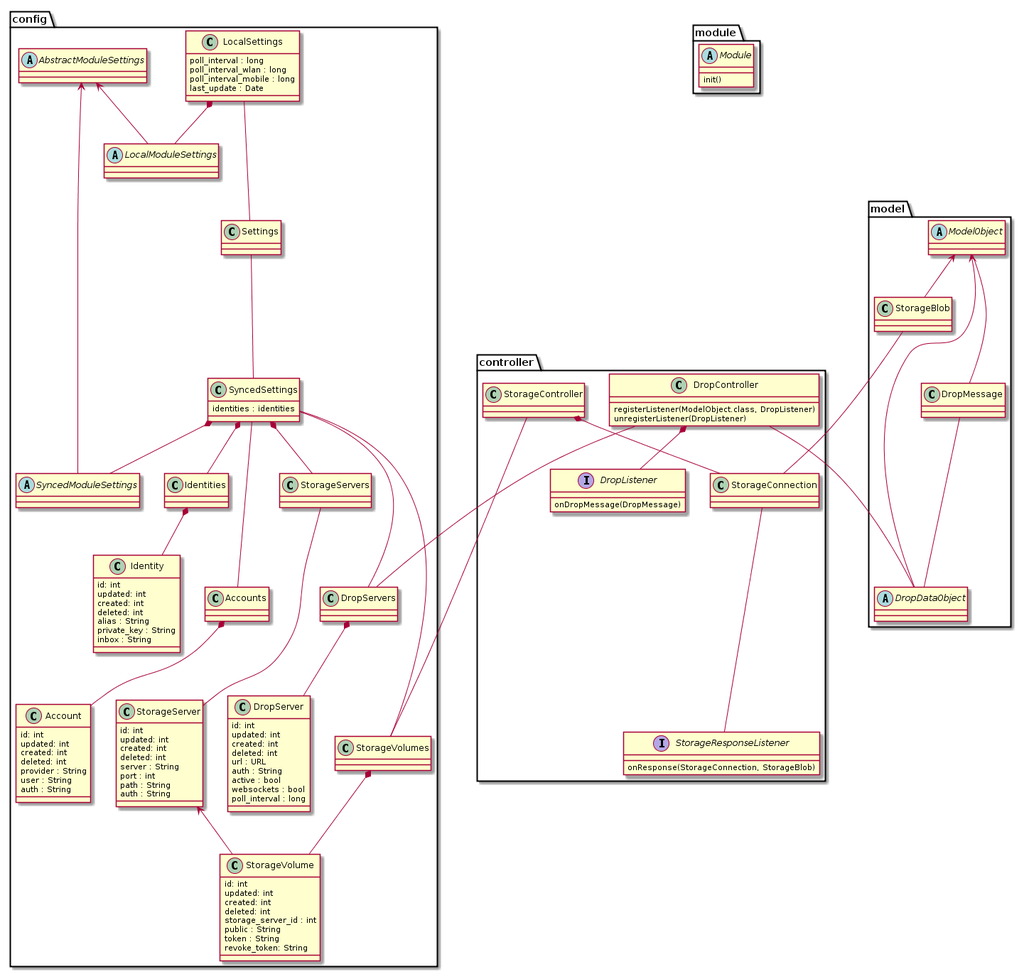
The PlantUML diagram images/classdiagram_overview.png in Qabel/qabel.github.io, before a commit.
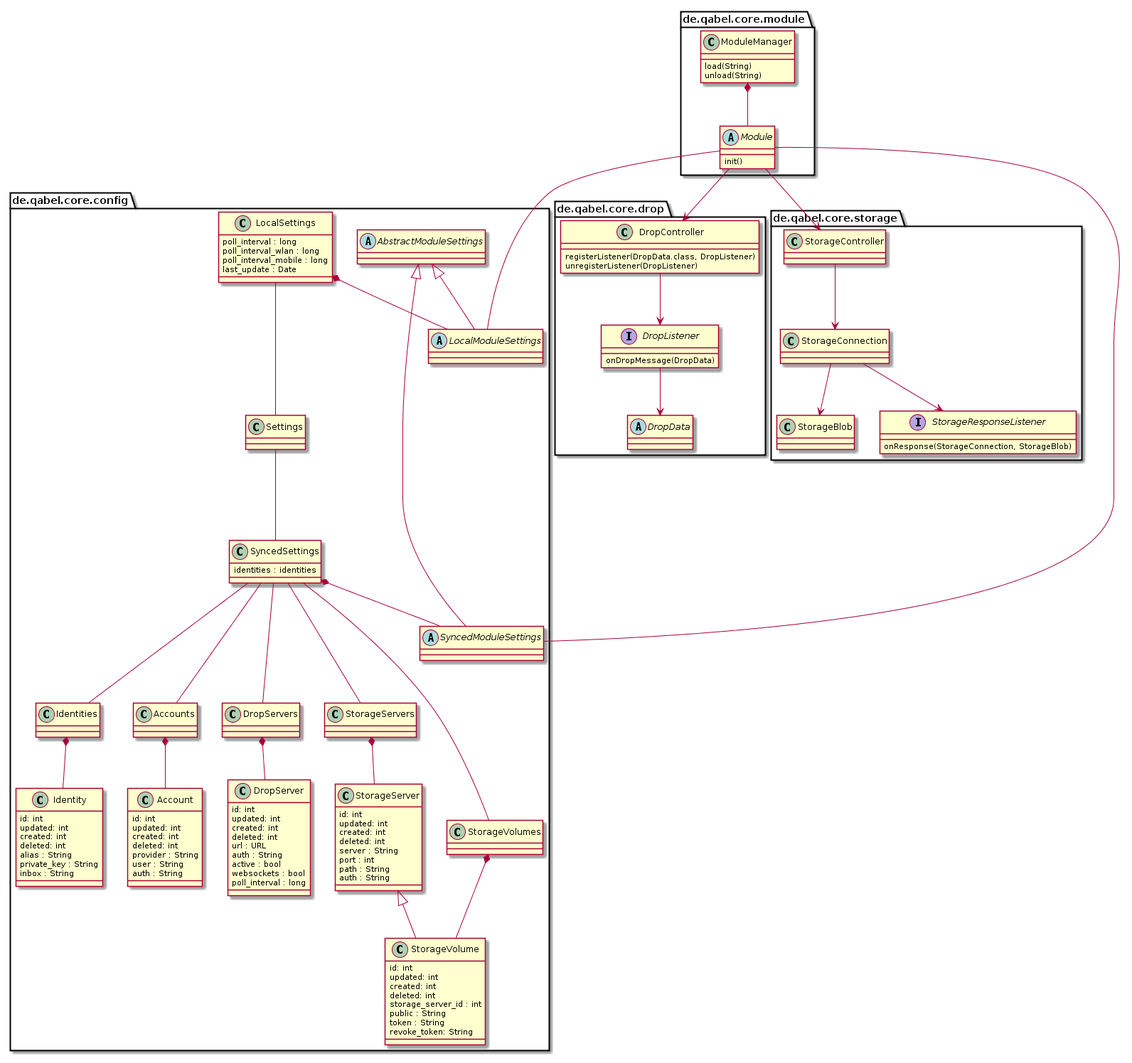
The same diagram one commit later.

Commit message:
updating class diagram

Diff of the diagram source:
```diff
@@ -1,5 +1,5 @@
 @startuml
-package config {
+package de.qabel.core.config {
 	class Settings {
 
 	}
@@ -27,8 +27,8 @@
 
 	LocalSettings *-- LocalModuleSettings
 	SyncedSettings *-- SyncedModuleSettings
-	AbstractModuleSettings <-- LocalModuleSettings
-	AbstractModuleSettings <-- SyncedModuleSettings
+	AbstractModuleSettings <|-- LocalModuleSettings
+	AbstractModuleSettings <|-- SyncedModuleSettings
 
 	class Account {
 		id: int
@@ -72,8 +72,8 @@
 	class StorageServers {
 
 	}
-	StorageServers --- StorageServer
-	SyncedSettings *-- StorageServers
+	StorageServers *-- StorageServer
+	SyncedSettings --- StorageServers
 
 	class StorageVolume {
 		id: int
@@ -85,7 +85,7 @@
 		token : String
 		revoke_token: String
 	}
-	StorageServer <-- StorageVolume
+	StorageServer <|-- StorageVolume
 	Class StorageVolumes {
 
 	}
@@ -105,58 +105,54 @@
 
 	}
 	Identities *-- Identity
-	SyncedSettings *-- Identities
+	SyncedSettings --- Identities
 }
-package model {
-	abstract ModelObject {
+package de.qabel.core.drop {
+	class DropController {
+		registerListener(DropData.class, DropListener)
+		unregisterListener(DropListener)
+	}
+	DropController --> DropListener
+	interface DropListener {
+		onDropMessage(DropData)
+	}
+	DropListener --> DropData
+	abstract DropData {
 
 	}
-	ModelObject <-- DropDataObject
+}
+package de.qabel.core.storage {
+	class StorageController {
+	}
 
-	abstract DropDataObject {
+	StorageController --> StorageConnection
+	StorageConnection --> StorageBlob
+	class StorageConnection {
 
 	}
 
-	class DropMessage {
+	StorageConnection --> StorageResponseListener
 
+	interface StorageResponseListener {
+		onResponse(StorageConnection, StorageBlob)
 	}
-
-	ModelObject --- DropMessage
 
 	class StorageBlob {
 
 	}
-	ModelObject <-- StorageBlob
 }
-package module {
+package de.qabel.core.module {
 	abstract Module {
 		init()
 	}
-}
-package controller {
-	class DropController {
-		registerListener(ModelObject.class, DropListener)
-		unregisterListener(DropListener)
+	Module --- LocalModuleSettings
+	Module --- SyncedModuleSettings
+	Module --> DropController
+	Module --> StorageController
+	ModuleManager *-- Module
+	class ModuleManager {
+		load(String)
+		unload(String)
 	}
-	DropController --- DropServers
-	DropController --- DropDataObject
-	interface DropListener {
-		onDropMessage(DropMessage)
-	}
-	DropMessage --- DropDataObject
-	DropController *-- DropListener
-	StorageController --- StorageVolumes
-	class StorageController {
-
-	}
-	class StorageConnection {
-
-	}
-	interface StorageResponseListener {
-		onResponse(StorageConnection, StorageBlob)
-	}
-	StorageConnection --- StorageResponseListener
-	StorageController *-- StorageConnection
-	StorageBlob --- StorageConnection
 }
 @enduml
```
